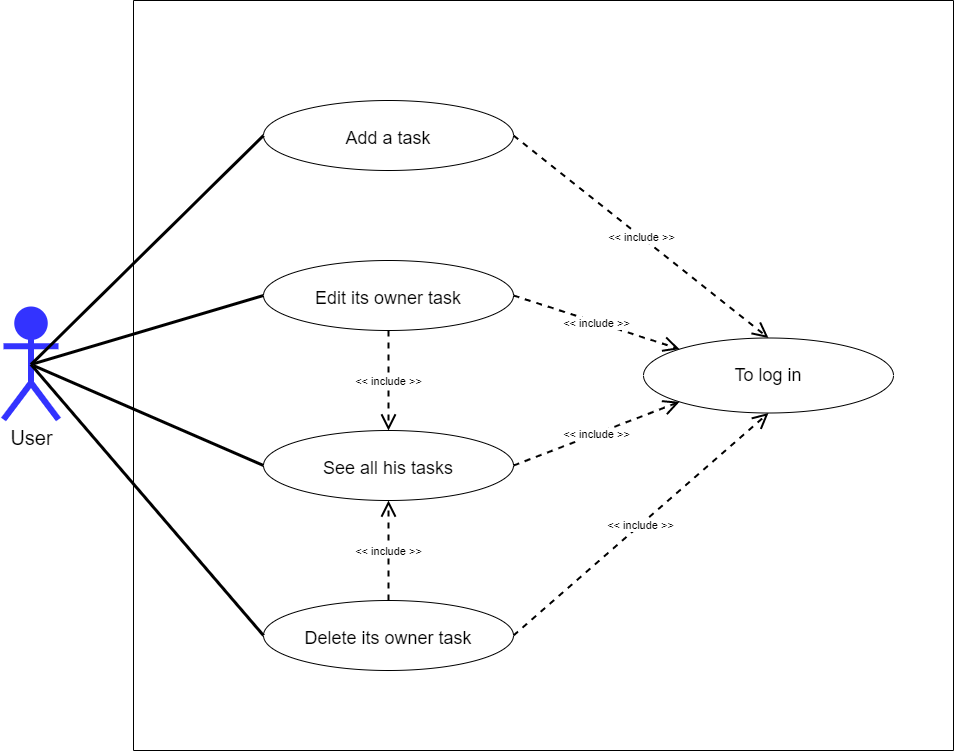
siakamansaly/Audit-and-Improve-Symfony-App keeps this draw.io diagram as diagrams/P8_UML_DiagrammeCasUtilisation-Manage Tasks.drawio.png. Above is the earlier version. Source tidied: cells renumbered, new cells last; positions are measured from the earlier drawing's top-left corner, leaving out a move shared by most shapes.
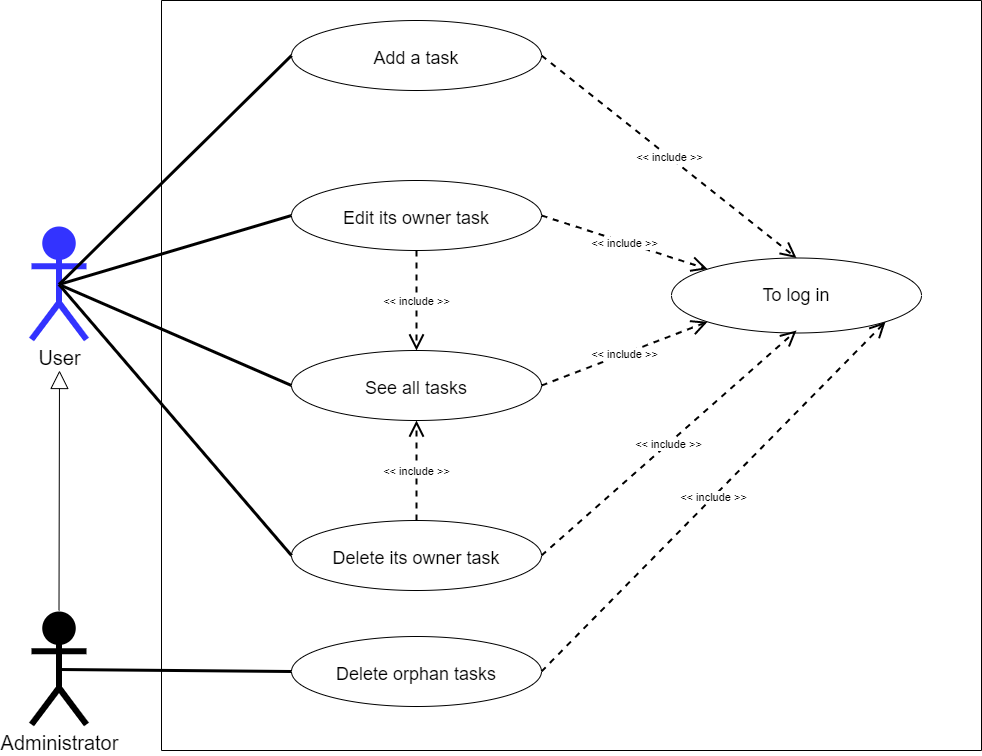
After the commit.

Commit message:
update uml diagram

What changed in the source:
```diff
@@ -7,15 +7,15 @@
     </mxCell>
     <mxCell id="3" style="edgeStyle=none;rounded=1;sketch=0;orthogonalLoop=1;jettySize=auto;html=1;exitX=0;exitY=0.5;exitDx=0;exitDy=0;entryX=0;entryY=0.5;entryDx=0;entryDy=0;endArrow=none;endFill=0;strokeWidth=4;" parent="2" edge="1">
       <mxGeometry relative="1" as="geometry">
-        <mxPoint x="104" y="616" as="sourcePoint" />
-        <mxPoint x="104" y="616" as="targetPoint" />
+        <mxPoint x="104" y="536" as="sourcePoint" />
+        <mxPoint x="104" y="536" as="targetPoint" />
       </mxGeometry>
     </mxCell>
     <mxCell id="4" value="To log in" style="ellipse;whiteSpace=wrap;html=1;align=center;fontSize=18;" parent="2" vertex="1">
-      <mxGeometry x="510" y="337.5" width="250" height="75" as="geometry" />
+      <mxGeometry x="510" y="257.5" width="250" height="75" as="geometry" />
     </mxCell>
     <mxCell id="5" value="Add a task" style="ellipse;whiteSpace=wrap;html=1;align=center;fontSize=18;spacingTop=5;" parent="2" vertex="1">
-      <mxGeometry x="130" y="100" width="250" height="70" as="geometry" />
+      <mxGeometry x="130" y="20" width="250" height="70" as="geometry" />
     </mxCell>
     <object id="6" label="&amp;lt;&amp;lt; include &amp;gt;&amp;gt;" placeholders="1">
       <mxCell style="endArrow=open;endSize=12;dashed=1;html=1;rounded=1;shadow=0;sketch=0;strokeWidth=2;exitX=1;exitY=0.5;exitDx=0;exitDy=0;entryX=0.5;entryY=0;entryDx=0;entryDy=0;" parent="2" edge="1" source="5" target="4">
@@ -24,8 +24,8 @@
         </mxGeometry>
       </mxCell>
     </object>
-    <mxCell id="7" value="See all his tasks" style="ellipse;whiteSpace=wrap;html=1;align=center;fontSize=18;spacingTop=5;" parent="2" vertex="1">
-      <mxGeometry x="130" y="430" width="250" height="70" as="geometry" />
+    <mxCell id="7" value="See all tasks" style="ellipse;whiteSpace=wrap;html=1;align=center;fontSize=18;spacingTop=5;" parent="2" vertex="1">
+      <mxGeometry x="130" y="350" width="250" height="70" as="geometry" />
     </mxCell>
     <object id="8" label="&amp;lt;&amp;lt; include &amp;gt;&amp;gt;" placeholders="1">
       <mxCell style="endArrow=open;endSize=12;dashed=1;html=1;rounded=1;shadow=0;sketch=0;strokeWidth=2;exitX=1;exitY=0.5;exitDx=0;exitDy=0;entryX=0;entryY=1;entryDx=0;entryDy=0;" parent="2" edge="1" source="7" target="4">
@@ -35,10 +35,10 @@
       </mxCell>
     </object>
     <mxCell id="9" value="Edit its owner task" style="ellipse;whiteSpace=wrap;html=1;align=center;fontSize=18;spacingTop=5;" parent="2" vertex="1">
-      <mxGeometry x="130" y="260" width="250" height="70" as="geometry" />
+      <mxGeometry x="130" y="180" width="250" height="70" as="geometry" />
     </mxCell>
     <mxCell id="10" value="Delete its owner task" style="ellipse;whiteSpace=wrap;html=1;align=center;fontSize=18;spacingTop=5;" parent="2" vertex="1">
-      <mxGeometry x="130" y="600" width="250" height="70" as="geometry" />
+      <mxGeometry x="130" y="520" width="250" height="70" as="geometry" />
     </mxCell>
     <object id="11" label="&amp;lt;&amp;lt; include &amp;gt;&amp;gt;" placeholders="1">
       <mxCell style="endArrow=open;endSize=12;dashed=1;html=1;rounded=1;shadow=0;sketch=0;strokeWidth=2;exitX=1;exitY=0.5;exitDx=0;exitDy=0;entryX=0;entryY=0;entryDx=0;entryDy=0;" parent="2" edge="1" source="9" target="4">
@@ -48,8 +48,9 @@
       </mxCell>
     </object>
     <object id="12" label="&amp;lt;&amp;lt; include &amp;gt;&amp;gt;" placeholders="1">
-      <mxCell style="endArrow=open;endSize=12;dashed=1;html=1;rounded=1;shadow=0;sketch=0;strokeWidth=2;exitX=1;exitY=0.5;exitDx=0;exitDy=0;entryX=0.5;entryY=1;entryDx=0;entryDy=0;" parent="2" edge="1" source="10" target="4">
+      <mxCell style="endArrow=open;endSize=12;dashed=1;html=1;rounded=1;shadow=0;sketch=0;strokeWidth=2;exitX=1;exitY=0.5;exitDx=0;exitDy=0;" parent="2" edge="1" source="10">
         <mxGeometry relative="1" as="geometry">
+          <mxPoint x="635" y="330" as="targetPoint" />
           <mxPoint y="1" as="offset" />
         </mxGeometry>
       </mxCell>
@@ -68,11 +69,21 @@
         </mxGeometry>
       </mxCell>
     </object>
+    <mxCell id="20" value="Delete orphan tasks" style="ellipse;whiteSpace=wrap;html=1;align=center;fontSize=18;spacingTop=5;" parent="2" vertex="1">
+      <mxGeometry x="130" y="636" width="250" height="70" as="geometry" />
+    </mxCell>
+    <object id="21" label="&amp;lt;&amp;lt; include &amp;gt;&amp;gt;" placeholders="1">
+      <mxCell style="endArrow=open;endSize=12;dashed=1;html=1;rounded=1;shadow=0;sketch=0;strokeWidth=2;exitX=1;exitY=0.5;exitDx=0;exitDy=0;entryX=1;entryY=1;entryDx=0;entryDy=0;" parent="2" edge="1" source="20" target="4">
+        <mxGeometry relative="1" as="geometry">
+          <mxPoint y="1" as="offset" />
+        </mxGeometry>
+      </mxCell>
+    </object>
     <mxCell id="15" style="edgeStyle=none;rounded=0;jettySize=auto;html=1;exitX=0.5;exitY=0.5;exitDx=0;exitDy=0;exitPerimeter=0;entryX=0;entryY=0.5;entryDx=0;entryDy=0;strokeWidth=3;endFill=0;endArrow=none;" parent="1" edge="1" source="16" target="7">
       <mxGeometry relative="1" as="geometry" />
     </mxCell>
     <mxCell id="16" value="User" style="shape=umlActor;verticalLabelPosition=bottom;verticalAlign=top;html=1;strokeWidth=6;fontSize=20;fillColor=#3333FF;strokeColor=#3333FF;" parent="1" vertex="1">
-      <mxGeometry y="309" width="55" height="110" as="geometry" />
+      <mxGeometry y="229" width="55" height="110" as="geometry" />
     </mxCell>
     <mxCell id="17" style="edgeStyle=none;rounded=0;jettySize=auto;html=1;exitX=0.5;exitY=0.5;exitDx=0;exitDy=0;exitPerimeter=0;entryX=0;entryY=0.5;entryDx=0;entryDy=0;strokeWidth=3;endFill=0;endArrow=none;" parent="1" edge="1" source="16" target="5">
       <mxGeometry relative="1" as="geometry" />
@@ -83,5 +94,17 @@
     <mxCell id="19" style="edgeStyle=none;rounded=0;jettySize=auto;html=1;exitX=0.5;exitY=0.5;exitDx=0;exitDy=0;exitPerimeter=0;entryX=0;entryY=0.5;entryDx=0;entryDy=0;strokeWidth=3;endFill=0;endArrow=none;" parent="1" edge="1" source="16" target="10">
       <mxGeometry relative="1" as="geometry" />
     </mxCell>
+    <mxCell id="22" value="Administrator" style="shape=umlActor;verticalLabelPosition=bottom;verticalAlign=top;html=1;strokeWidth=6;fontSize=20;fillColor=#000000;strokeColor=#000000;" parent="1" vertex="1">
+      <mxGeometry y="614" width="55" height="110" as="geometry" />
+    </mxCell>
+    <mxCell id="23" style="endArrow=block;endSize=16;endFill=0;html=1;rounded=0;exitX=0.5;exitY=0;exitDx=0;exitDy=0;exitPerimeter=0;" parent="1" edge="1">
+      <mxGeometry relative="1" as="geometry">
+        <mxPoint x="27.5" y="610" as="sourcePoint" />
+        <mxPoint x="28" y="370" as="targetPoint" />
+      </mxGeometry>
+    </mxCell>
+    <mxCell id="24" style="edgeStyle=none;rounded=0;jettySize=auto;html=1;exitX=0.5;exitY=0.5;exitDx=0;exitDy=0;exitPerimeter=0;entryX=0;entryY=0.5;entryDx=0;entryDy=0;strokeWidth=3;endFill=0;endArrow=none;" parent="1" edge="1" source="22" target="20">
+      <mxGeometry relative="1" as="geometry" />
+    </mxCell>
   </root>
 </mxGraphModel>
```
